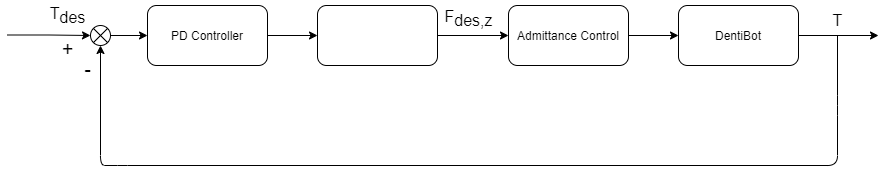
The draw.io diagram 009YiChan/Chan's thesis/Images/Original/feedrate_control.png in yichan0428/MS_thesis, before a commit. Source tidied: cells renumbered, new cells last; positions are measured from the earlier drawing's top-left corner, leaving out a move shared by most shapes.
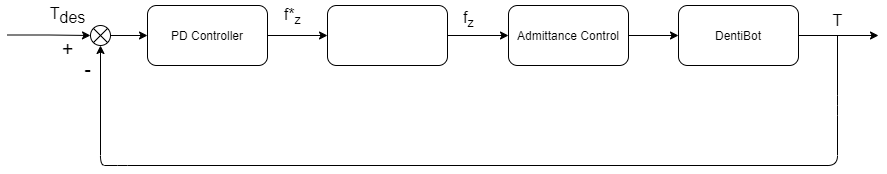
After the change.

The edit, as a diff of the source:
```diff
@@ -2,57 +2,57 @@
   <root>
     <mxCell id="0" />
     <mxCell id="1" parent="0" />
-    <mxCell id="2" style="edgeStyle=orthogonalEdgeStyle;rounded=0;jettySize=auto;html=1;exitX=1;exitY=0.5;exitDx=0;exitDy=0;entryX=0;entryY=0.5;entryDx=0;entryDy=0;" parent="1" edge="1" source="3" target="5">
-      <mxGeometry relative="1" as="geometry" />
-    </mxCell>
+    <mxCell id="19" style="edgeStyle=orthogonalEdgeStyle;rounded=0;jettySize=auto;html=1;exitX=1;exitY=0.5;exitDx=0;exitDy=0;entryX=0;entryY=0.5;entryDx=0;entryDy=0;" parent="1" edge="1" source="3" target="21">
+      <mxGeometry relative="1" as="geometry" />
+    </mxCell>
     <mxCell id="3" value="PD Controller" style="rounded=1;whiteSpace=wrap;html=1;" parent="1" vertex="1">
       <mxGeometry x="140" y="5" width="120" height="60" as="geometry" />
     </mxCell>
-    <mxCell id="4" style="edgeStyle=orthogonalEdgeStyle;rounded=0;jettySize=auto;html=1;exitX=1;exitY=0.5;exitDx=0;exitDy=0;" parent="1" edge="1" source="5" target="7">
-      <mxGeometry relative="1" as="geometry" />
-    </mxCell>
-    <mxCell id="5" style="rounded=1;whiteSpace=wrap;html=1;" parent="1" vertex="1">
-      <mxGeometry x="310" y="5" width="120" height="60" as="geometry" />
-    </mxCell>
+    <mxCell id="20" style="edgeStyle=orthogonalEdgeStyle;rounded=0;jettySize=auto;html=1;exitX=1;exitY=0.5;exitDx=0;exitDy=0;" parent="1" edge="1" source="21" target="7">
+      <mxGeometry relative="1" as="geometry" />
+    </mxCell>
+    <mxCell id="21" style="rounded=1;whiteSpace=wrap;html=1;" parent="1" vertex="1">
+      <mxGeometry x="320" y="5" width="120" height="60" as="geometry" />
+    </mxCell>
     <mxCell id="6" style="edgeStyle=orthogonalEdgeStyle;rounded=0;jettySize=auto;html=1;entryX=0;entryY=0.5;entryDx=0;entryDy=0;" parent="1" edge="1" source="7" target="9">
       <mxGeometry relative="1" as="geometry" />
     </mxCell>
     <mxCell id="7" value="Admittance Control" style="rounded=1;whiteSpace=wrap;html=1;" parent="1" vertex="1">
       <mxGeometry x="501" y="5" width="120" height="60" as="geometry" />
     </mxCell>
-    <mxCell id="8" style="edgeStyle=orthogonalEdgeStyle;rounded=0;jettySize=auto;html=1;exitX=1;exitY=0.5;exitDx=0;exitDy=0;" parent="1" edge="1" source="9">
-      <mxGeometry relative="1" as="geometry">
-        <mxPoint x="871" y="35" as="targetPoint" />
-      </mxGeometry>
-    </mxCell>
+    <mxCell id="22" style="edgeStyle=orthogonalEdgeStyle;rounded=0;jettySize=auto;html=1;exitX=1;exitY=0.5;exitDx=0;exitDy=0;" parent="1" edge="1" source="9">
+      <mxGeometry relative="1" as="geometry">
+        <mxPoint x="871" y="35" as="targetPoint" />
+      </mxGeometry>
+    </mxCell>
     <mxCell id="9" value="DentiBot" style="rounded=1;whiteSpace=wrap;html=1;" parent="1" vertex="1">
       <mxGeometry x="671" y="5" width="120" height="60" as="geometry" />
     </mxCell>
-    <mxCell id="10" style="endArrow=classic;html=1;entryX=0.5;entryY=1;entryDx=0;entryDy=0;" parent="1" edge="1" target="12">
-      <mxGeometry relative="1" as="geometry">
-        <mxPoint x="830" y="35" as="sourcePoint" />
-        <Array as="points">
-          <mxPoint x="830" y="105" />
-          <mxPoint x="830" y="165" />
-          <mxPoint x="110" y="165" />
-          <mxPoint x="93" y="165" />
-        </Array>
-      </mxGeometry>
-    </mxCell>
-    <mxCell id="11" style="edgeStyle=orthogonalEdgeStyle;rounded=0;jettySize=auto;html=1;exitX=1;exitY=0.5;exitDx=0;exitDy=0;entryX=0;entryY=0.5;entryDx=0;entryDy=0;" parent="1" edge="1" source="12" target="3">
-      <mxGeometry relative="1" as="geometry" />
-    </mxCell>
-    <mxCell id="12" style="shape=sumEllipse;perimeter=ellipsePerimeter;whiteSpace=wrap;html=1;backgroundOutline=1;" parent="1" vertex="1">
-      <mxGeometry x="83" y="25" width="20" height="20" as="geometry" />
-    </mxCell>
-    <mxCell id="13" style="edgeStyle=orthogonalEdgeStyle;rounded=0;jettySize=auto;html=1;entryX=0;entryY=0.5;entryDx=0;entryDy=0;" parent="1" edge="1" target="12">
-      <mxGeometry relative="1" as="geometry">
-        <mxPoint y="34.5" as="sourcePoint" />
-      </mxGeometry>
-    </mxCell>
-    <mxCell id="14" value="F&lt;sub style=&quot;font-size: 16px;&quot;&gt;des,z&lt;/sub&gt;" style="text;html=1;align=center;verticalAlign=middle;strokeColor=none;fontSize=16;" parent="1" vertex="1">
-      <mxGeometry x="431" y="3" width="60" height="30" as="geometry" />
-    </mxCell>
+    <mxCell id="23" style="endArrow=classic;html=1;entryX=0.5;entryY=1;entryDx=0;entryDy=0;" parent="1" edge="1" target="25">
+      <mxGeometry relative="1" as="geometry">
+        <mxPoint x="830" y="35" as="sourcePoint" />
+        <Array as="points">
+          <mxPoint x="830" y="105" />
+          <mxPoint x="830" y="165" />
+          <mxPoint x="110" y="165" />
+          <mxPoint x="93" y="165" />
+        </Array>
+      </mxGeometry>
+    </mxCell>
+    <mxCell id="24" style="edgeStyle=orthogonalEdgeStyle;rounded=0;jettySize=auto;html=1;exitX=1;exitY=0.5;exitDx=0;exitDy=0;entryX=0;entryY=0.5;entryDx=0;entryDy=0;" parent="1" edge="1" source="25" target="3">
+      <mxGeometry relative="1" as="geometry" />
+    </mxCell>
+    <mxCell id="25" style="shape=sumEllipse;perimeter=ellipsePerimeter;whiteSpace=wrap;html=1;backgroundOutline=1;" parent="1" vertex="1">
+      <mxGeometry x="83" y="25" width="20" height="20" as="geometry" />
+    </mxCell>
+    <mxCell id="26" style="edgeStyle=orthogonalEdgeStyle;rounded=0;jettySize=auto;html=1;entryX=0;entryY=0.5;entryDx=0;entryDy=0;" parent="1" edge="1" target="25">
+      <mxGeometry relative="1" as="geometry">
+        <mxPoint y="34.5" as="sourcePoint" />
+      </mxGeometry>
+    </mxCell>
+    <mxCell id="27" value="f&lt;sub&gt;z&lt;/sub&gt;" style="text;html=1;align=center;verticalAlign=middle;strokeColor=none;fontSize=16;" parent="1" vertex="1">
+      <mxGeometry x="446" y="3" width="30" height="30" as="geometry" />
+    </mxCell>
     <mxCell id="15" value="T" style="text;html=1;align=center;verticalAlign=middle;strokeColor=none;fontSize=16;" parent="1" vertex="1">
       <mxGeometry x="815" y="10" width="30" height="20" as="geometry" />
     </mxCell>
@@ -65,5 +65,8 @@
     <mxCell id="18" value="-" style="text;html=1;align=center;verticalAlign=middle;strokeColor=none;fontSize=20;" parent="1" vertex="1">
       <mxGeometry x="70" y="53" width="20" height="30" as="geometry" />
     </mxCell>
+    <mxCell id="28" value="f*&lt;sub&gt;z&lt;/sub&gt;" style="text;html=1;align=center;verticalAlign=middle;strokeColor=none;fontSize=16;" parent="1" vertex="1">
+      <mxGeometry x="270" width="30" height="30" as="geometry" />
+    </mxCell>
   </root>
 </mxGraphModel>
```
